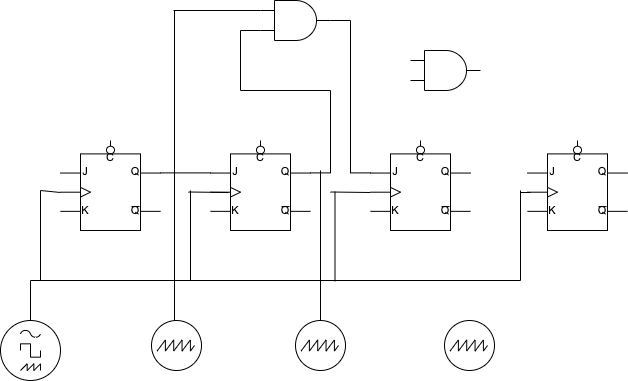
Earlier version of the draw.io export digital_counter.drawio.png (H-haruki-20/FlowChart). Source tidied: cells renumbered, new cells last; positions are measured from the earlier drawing's top-left corner, leaving out a move shared by most shapes.
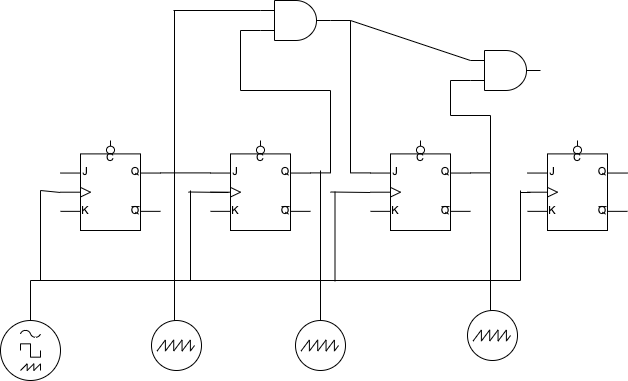
Later version of the same file.

The edit, as a diff of the source:
```diff
@@ -17,6 +17,9 @@
     <mxCell id="6" style="verticalLabelPosition=bottom;shadow=0;dashed=0;align=center;html=1;verticalAlign=top;shape=mxgraph.electrical.logic_gates.jk_flip-flop_with_clear_2;" parent="1" vertex="1">
       <mxGeometry x="527" y="140" width="100" height="90" as="geometry" />
     </mxCell>
+    <mxCell id="28" style="edgeStyle=orthogonalEdgeStyle;rounded=0;jettySize=auto;html=1;exitX=1;exitY=0.36;exitDx=0;exitDy=0;exitPerimeter=0;entryX=0;entryY=0.75;entryDx=0;entryDy=0;entryPerimeter=0;endArrow=none;endFill=0;" parent="1" edge="1" source="7" target="22">
+      <mxGeometry relative="1" as="geometry" />
+    </mxCell>
     <mxCell id="7" style="verticalLabelPosition=bottom;shadow=0;dashed=0;align=center;html=1;verticalAlign=top;shape=mxgraph.electrical.logic_gates.jk_flip-flop_with_clear_2;" parent="1" vertex="1">
       <mxGeometry x="370" y="140" width="100" height="90" as="geometry" />
     </mxCell>
@@ -27,7 +30,7 @@
       <mxGeometry x="295" y="320" width="50" height="50" as="geometry" />
     </mxCell>
     <mxCell id="10" style="perimeter=ellipsePerimeter;verticalLabelPosition=bottom;shadow=0;dashed=0;align=center;html=1;verticalAlign=top;shape=mxgraph.electrical.instruments.oscilloscope;" parent="1" vertex="1">
-      <mxGeometry x="444" y="320" width="50" height="50" as="geometry" />
+      <mxGeometry x="467" y="310" width="50" height="50" as="geometry" />
     </mxCell>
     <mxCell id="11" style="perimeter=ellipsePerimeter;verticalLabelPosition=bottom;shadow=0;dashed=0;align=center;html=1;verticalAlign=top;shape=mxgraph.electrical.instruments.signal_generator;" parent="1" vertex="1">
       <mxGeometry y="320" width="60" height="60" as="geometry" />
@@ -93,7 +96,7 @@
       </mxGeometry>
     </mxCell>
     <mxCell id="22" style="verticalLabelPosition=bottom;shadow=0;dashed=0;align=center;html=1;verticalAlign=top;shape=mxgraph.electrical.logic_gates.logic_gate;operation=and;" parent="1" vertex="1">
-      <mxGeometry x="410" y="50" width="70" height="40" as="geometry" />
+      <mxGeometry x="470" y="50" width="70" height="40" as="geometry" />
     </mxCell>
     <mxCell id="23" style="edgeStyle=orthogonalEdgeStyle;rounded=0;jettySize=auto;html=1;exitX=0;exitY=0.25;exitDx=0;exitDy=0;exitPerimeter=0;endArrow=none;endFill=0;" parent="1" edge="1" source="25">
       <mxGeometry relative="1" as="geometry">
@@ -119,5 +122,16 @@
         <mxPoint x="320" y="170" as="targetPoint" />
       </mxGeometry>
     </mxCell>
+    <mxCell id="29" style="endArrow=none;html=1;rounded=0;entryX=0;entryY=0.25;entryDx=0;entryDy=0;entryPerimeter=0;" parent="1" edge="1" target="22">
+      <mxGeometry relative="1" as="geometry">
+        <mxPoint x="350" y="20" as="sourcePoint" />
+      </mxGeometry>
+    </mxCell>
+    <mxCell id="30" style="endArrow=none;html=1;rounded=0;entryX=1;entryY=0.36;entryDx=0;entryDy=0;entryPerimeter=0;" parent="1" edge="1">
+      <mxGeometry relative="1" as="geometry">
+        <mxPoint x="490" y="310" as="sourcePoint" />
+        <mxPoint x="490" y="172.4" as="targetPoint" />
+      </mxGeometry>
+    </mxCell>
   </root>
 </mxGraphModel>
```
